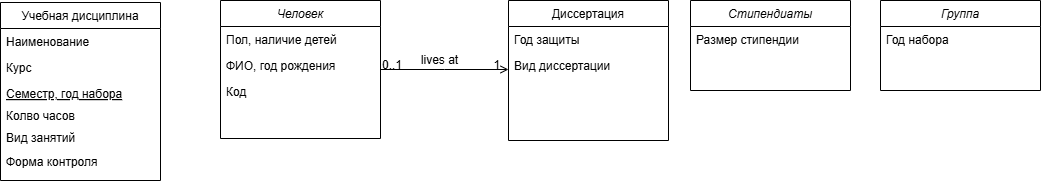
Above: БД 2 Хорошилова.drawio.png in ksinph/PSTU_LABS_2023 (draw.io), before the change. Source tidied: cells renumbered, new cells last; positions are measured from the earlier drawing's top-left corner, leaving out a move shared by most shapes. Its diagram source:
```xml
<mxGraphModel>
  <root>
    <mxCell id="0" />
    <mxCell id="1" parent="0" />
    <mxCell id="2" value="Человек" style="swimlane;fontStyle=2;align=center;verticalAlign=top;horizontal=1;startSize=26;rounded=0;shadow=0;strokeWidth=1;" parent="1" vertex="1">
      <mxGeometry x="220" width="160" height="138" as="geometry" />
    </mxCell>
    <mxCell id="3" value="Пол, наличие детей" style="text;align=left;verticalAlign=top;spacingLeft=4;spacingRight=4;overflow=hidden;" parent="2" vertex="1">
      <mxGeometry y="26" width="160" height="26" as="geometry" />
    </mxCell>
    <mxCell id="4" value="ФИО, год рождения" style="text;align=left;verticalAlign=top;spacingLeft=4;spacingRight=4;overflow=hidden;rounded=0;shadow=0;html=0;" parent="2" vertex="1">
      <mxGeometry y="52" width="160" height="26" as="geometry" />
    </mxCell>
    <mxCell id="5" value="Код" style="text;align=left;verticalAlign=top;spacingLeft=4;spacingRight=4;overflow=hidden;rounded=0;shadow=0;html=0;" parent="2" vertex="1">
      <mxGeometry y="78" width="160" height="26" as="geometry" />
    </mxCell>
    <mxCell id="6" value="Учебная дисциплина" style="swimlane;fontStyle=0;align=center;verticalAlign=top;horizontal=1;startSize=26;rounded=0;shadow=0;strokeWidth=1;" parent="1" vertex="1">
      <mxGeometry y="2" width="160" height="178" as="geometry" />
    </mxCell>
    <mxCell id="7" value="Наименование" style="text;align=left;verticalAlign=top;spacingLeft=4;spacingRight=4;overflow=hidden;" parent="6" vertex="1">
      <mxGeometry y="26" width="160" height="26" as="geometry" />
    </mxCell>
    <mxCell id="8" value="Курс" style="text;align=left;verticalAlign=top;spacingLeft=4;spacingRight=4;overflow=hidden;rounded=0;shadow=0;html=0;" parent="6" vertex="1">
      <mxGeometry y="52" width="160" height="26" as="geometry" />
    </mxCell>
    <mxCell id="9" value="Семестр, год набора" style="text;align=left;verticalAlign=top;spacingLeft=4;spacingRight=4;overflow=hidden;fontStyle=4;" parent="6" vertex="1">
      <mxGeometry y="78" width="160" height="22" as="geometry" />
    </mxCell>
    <mxCell id="10" value="Колво часов" style="text;align=left;verticalAlign=top;spacingLeft=4;spacingRight=4;overflow=hidden;" parent="6" vertex="1">
      <mxGeometry y="100" width="160" height="26" as="geometry" />
    </mxCell>
    <mxCell id="11" value="Диссертация" style="swimlane;fontStyle=0;align=center;verticalAlign=top;horizontal=1;startSize=26;rounded=0;shadow=0;strokeWidth=1;" parent="1" vertex="1">
      <mxGeometry x="508" width="160" height="140" as="geometry" />
    </mxCell>
    <mxCell id="12" value="Год защиты" style="text;align=left;verticalAlign=top;spacingLeft=4;spacingRight=4;overflow=hidden;" parent="11" vertex="1">
      <mxGeometry y="26" width="160" height="26" as="geometry" />
    </mxCell>
    <mxCell id="13" value="Вид диссертации" style="text;align=left;verticalAlign=top;spacingLeft=4;spacingRight=4;overflow=hidden;rounded=0;shadow=0;html=0;" parent="11" vertex="1">
      <mxGeometry y="52" width="160" height="26" as="geometry" />
    </mxCell>
    <mxCell id="14" style="endArrow=open;shadow=0;strokeWidth=1;rounded=0;curved=0;endFill=1;edgeStyle=elbowEdgeStyle;elbow=vertical;" parent="1" edge="1" source="2" target="11">
      <mxGeometry x="0.5" y="41" relative="1" as="geometry">
        <mxPoint x="-40" y="32" as="offset" />
      </mxGeometry>
    </mxCell>
    <mxCell id="15" value="0..1" style="align=left;verticalAlign=bottom;labelBackgroundColor=none;fontSize=12;" parent="14" vertex="1">
      <mxGeometry x="-1" relative="1" as="geometry">
        <mxPoint y="4" as="offset" />
      </mxGeometry>
    </mxCell>
    <mxCell id="16" value="1" style="align=right;verticalAlign=bottom;labelBackgroundColor=none;fontSize=12;" parent="14" vertex="1">
      <mxGeometry x="1" relative="1" as="geometry">
        <mxPoint x="-7" y="4" as="offset" />
      </mxGeometry>
    </mxCell>
    <mxCell id="17" value="lives at" style="text;html=1;align=center;verticalAlign=middle;labelBackgroundColor=none;rounded=0;shadow=0;strokeWidth=1;fontSize=12;" parent="14" vertex="1">
      <mxGeometry x="0.5" y="49" relative="1" as="geometry">
        <mxPoint x="-38" y="40" as="offset" />
      </mxGeometry>
    </mxCell>
    <mxCell id="18" value="Вид занятий" style="text;align=left;verticalAlign=top;spacingLeft=4;spacingRight=4;overflow=hidden;" parent="1" vertex="1">
      <mxGeometry y="124" width="160" height="26" as="geometry" />
    </mxCell>
    <mxCell id="19" value="Форма контроля" style="text;align=left;verticalAlign=top;spacingLeft=4;spacingRight=4;overflow=hidden;" parent="1" vertex="1">
      <mxGeometry y="148" width="160" height="26" as="geometry" />
    </mxCell>
    <mxCell id="20" value="Стипендиаты" style="swimlane;fontStyle=2;align=center;verticalAlign=top;horizontal=1;startSize=26;rounded=0;shadow=0;strokeWidth=1;" parent="1" vertex="1">
      <mxGeometry x="690" width="160" height="90" as="geometry" />
    </mxCell>
    <mxCell id="21" value="Размер стипендии" style="text;align=left;verticalAlign=top;spacingLeft=4;spacingRight=4;overflow=hidden;" parent="20" vertex="1">
      <mxGeometry y="26" width="160" height="26" as="geometry" />
    </mxCell>
    <mxCell id="22" value="Группа" style="swimlane;fontStyle=2;align=center;verticalAlign=top;horizontal=1;startSize=26;rounded=0;shadow=0;strokeWidth=1;" parent="1" vertex="1">
      <mxGeometry x="880" width="160" height="90" as="geometry" />
    </mxCell>
    <mxCell id="23" value="Год набора" style="text;align=left;verticalAlign=top;spacingLeft=4;spacingRight=4;overflow=hidden;" parent="22" vertex="1">
      <mxGeometry y="26" width="160" height="26" as="geometry" />
    </mxCell>
  </root>
</mxGraphModel>
```
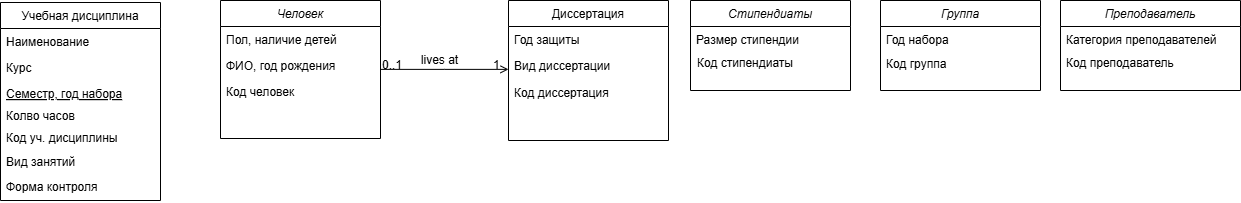
After the change.

Change to the diagram source:
```diff
@@ -11,11 +11,11 @@
     <mxCell id="4" value="ФИО, год рождения" style="text;align=left;verticalAlign=top;spacingLeft=4;spacingRight=4;overflow=hidden;rounded=0;shadow=0;html=0;" parent="2" vertex="1">
       <mxGeometry y="52" width="160" height="26" as="geometry" />
     </mxCell>
-    <mxCell id="5" value="Код" style="text;align=left;verticalAlign=top;spacingLeft=4;spacingRight=4;overflow=hidden;rounded=0;shadow=0;html=0;" parent="2" vertex="1">
+    <mxCell id="5" value="Код человек" style="text;align=left;verticalAlign=top;spacingLeft=4;spacingRight=4;overflow=hidden;rounded=0;shadow=0;html=0;" parent="2" vertex="1">
       <mxGeometry y="78" width="160" height="26" as="geometry" />
     </mxCell>
     <mxCell id="6" value="Учебная дисциплина" style="swimlane;fontStyle=0;align=center;verticalAlign=top;horizontal=1;startSize=26;rounded=0;shadow=0;strokeWidth=1;" parent="1" vertex="1">
-      <mxGeometry y="2" width="160" height="178" as="geometry" />
+      <mxGeometry y="2" width="160" height="198" as="geometry" />
     </mxCell>
     <mxCell id="7" value="Наименование" style="text;align=left;verticalAlign=top;spacingLeft=4;spacingRight=4;overflow=hidden;" parent="6" vertex="1">
       <mxGeometry y="26" width="160" height="26" as="geometry" />
@@ -59,10 +59,10 @@
       </mxGeometry>
     </mxCell>
     <mxCell id="18" value="Вид занятий" style="text;align=left;verticalAlign=top;spacingLeft=4;spacingRight=4;overflow=hidden;" parent="1" vertex="1">
-      <mxGeometry y="124" width="160" height="26" as="geometry" />
+      <mxGeometry y="148" width="160" height="26" as="geometry" />
     </mxCell>
     <mxCell id="19" value="Форма контроля" style="text;align=left;verticalAlign=top;spacingLeft=4;spacingRight=4;overflow=hidden;" parent="1" vertex="1">
-      <mxGeometry y="148" width="160" height="26" as="geometry" />
+      <mxGeometry y="173" width="160" height="26" as="geometry" />
     </mxCell>
     <mxCell id="20" value="Стипендиаты" style="swimlane;fontStyle=2;align=center;verticalAlign=top;horizontal=1;startSize=26;rounded=0;shadow=0;strokeWidth=1;" parent="1" vertex="1">
       <mxGeometry x="690" width="160" height="90" as="geometry" />
@@ -76,5 +76,26 @@
     <mxCell id="23" value="Год набора" style="text;align=left;verticalAlign=top;spacingLeft=4;spacingRight=4;overflow=hidden;" parent="22" vertex="1">
       <mxGeometry y="26" width="160" height="26" as="geometry" />
     </mxCell>
+    <mxCell id="24" value="Преподаватель" style="swimlane;fontStyle=2;align=center;verticalAlign=top;horizontal=1;startSize=26;rounded=0;shadow=0;strokeWidth=1;" parent="1" vertex="1">
+      <mxGeometry x="1060" width="180" height="90" as="geometry" />
+    </mxCell>
+    <mxCell id="25" value="Категория преподавателей" style="text;align=left;verticalAlign=top;spacingLeft=4;spacingRight=4;overflow=hidden;" parent="24" vertex="1">
+      <mxGeometry y="26" width="180" height="26" as="geometry" />
+    </mxCell>
+    <mxCell id="26" value="Код уч. дисциплины" style="text;align=left;verticalAlign=top;spacingLeft=4;spacingRight=4;overflow=hidden;" parent="1" vertex="1">
+      <mxGeometry y="124" width="160" height="26" as="geometry" />
+    </mxCell>
+    <mxCell id="27" value="Код диссертация" style="text;align=left;verticalAlign=top;spacingLeft=4;spacingRight=4;overflow=hidden;rounded=0;shadow=0;html=0;" parent="1" vertex="1">
+      <mxGeometry x="508" y="79" width="160" height="26" as="geometry" />
+    </mxCell>
+    <mxCell id="28" value="Код стипендиаты" style="text;align=left;verticalAlign=top;spacingLeft=4;spacingRight=4;overflow=hidden;" parent="1" vertex="1">
+      <mxGeometry x="691" y="49" width="160" height="26" as="geometry" />
+    </mxCell>
+    <mxCell id="29" value="Код группа" style="text;align=left;verticalAlign=top;spacingLeft=4;spacingRight=4;overflow=hidden;" parent="1" vertex="1">
+      <mxGeometry x="880" y="50" width="160" height="26" as="geometry" />
+    </mxCell>
+    <mxCell id="30" value="Код преподаватель" style="text;align=left;verticalAlign=top;spacingLeft=4;spacingRight=4;overflow=hidden;" parent="1" vertex="1">
+      <mxGeometry x="1060" y="49" width="180" height="26" as="geometry" />
+    </mxCell>
   </root>
 </mxGraphModel>
```
